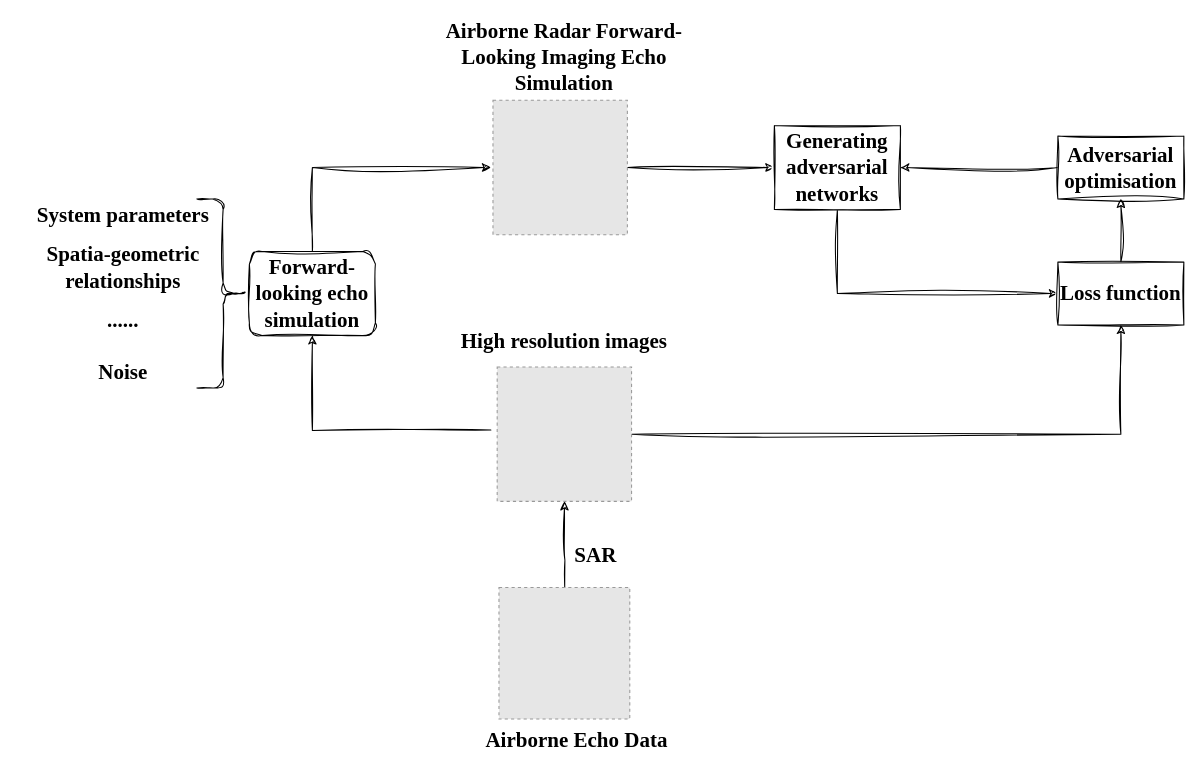
LFNing/General keeps this draw.io diagram as dataprocess.drawio. Above is the earlier version. Source tidied: cells renumbered, new cells numbered last; positions are measured from the earlier drawing's top-left corner, leaving out a move shared by most shapes. Both pictures are drawn from the tidied source at 105%, with x=0, y=0 at pixel (18, 41). Pictures stored in the file or linked from it are replaced by grey dashed boxes.
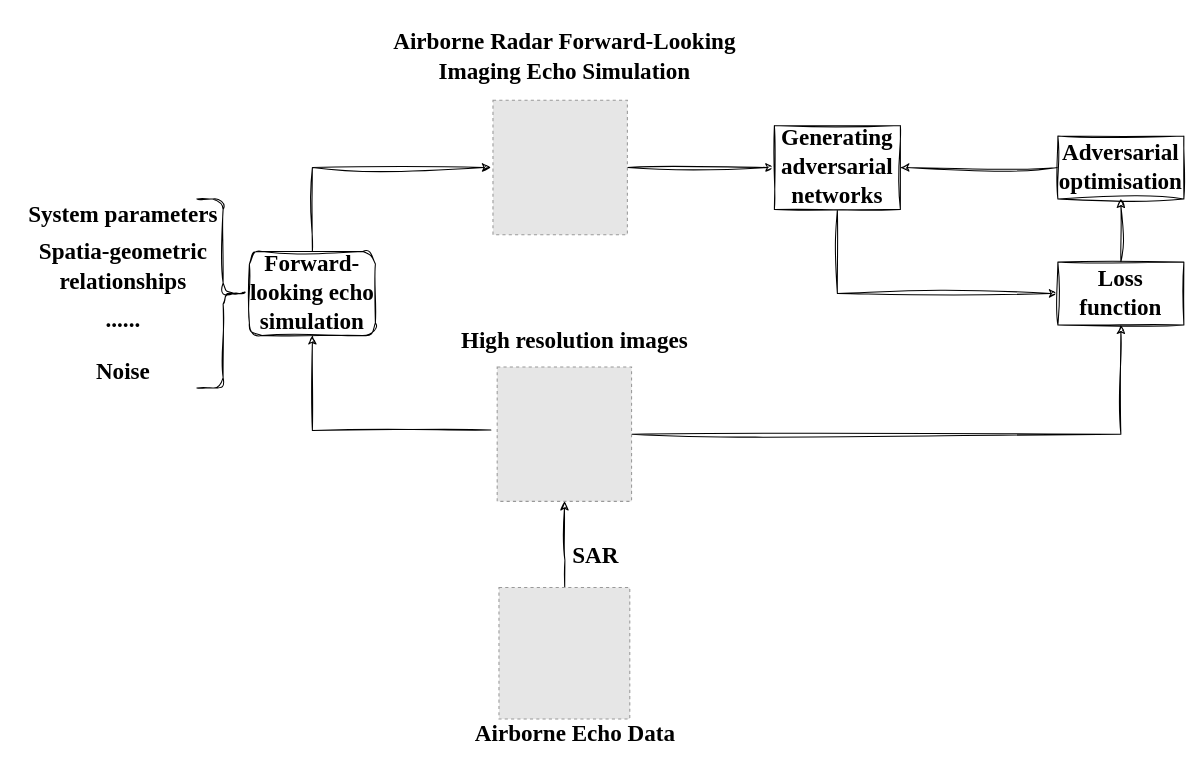
The same page after the edit.

Change to the diagram source:
```diff
@@
-    <mxCell id="2" style="edgeStyle=orthogonalEdgeStyle;rounded=0;sketch=1;hachureGap=4;jiggle=2;curveFitting=1;jettySize=auto;html=1;fontFamily=Architects Daughter;fontSize=16;fontStyle=1;" parent="1" edge="1" source="3">
+    <mxCell id="2" style="edgeStyle=orthogonalEdgeStyle;rounded=0;sketch=1;hachureGap=4;jiggle=2;curveFitting=1;jettySize=auto;html=1;fontFamily=Architects Daughter;fontSize=22;fontStyle=1;spacing=1;spacingTop=0;spacingBottom=0;" parent="1" edge="1" source="3">
       <mxGeometry relative="1" as="geometry">
         <mxPoint x="450" y="120" as="targetPoint" />
         <Array as="points">
           <mxPoint x="280" y="120" />
         </Array>
       </mxGeometry>
     </mxCell>
-    <mxCell id="3" value="&lt;font face=&quot;Times New Roman&quot;&gt;Forward-looking echo simulation&lt;/font&gt;" style="rounded=1;whiteSpace=wrap;html=1;sketch=1;hachureGap=4;jiggle=2;curveFitting=1;fontFamily=Architects Daughter;fontSize=20;gradientColor=none;fontStyle=1;" parent="1" vertex="1">
+    <mxCell id="3" value="&lt;font face=&quot;Times New Roman&quot; style=&quot;font-size: 22px;&quot;&gt;Forward-looking echo simulation&lt;/font&gt;" style="rounded=1;whiteSpace=wrap;html=1;sketch=1;hachureGap=4;jiggle=2;curveFitting=1;fontFamily=Architects Daughter;fontSize=22;gradientColor=none;fontStyle=1;spacing=1;spacingTop=0;spacingBottom=0;" parent="1" vertex="1">
       <mxGeometry x="220" y="200" width="120" height="80" as="geometry" />
     </mxCell>
-    <mxCell id="4" style="edgeStyle=orthogonalEdgeStyle;rounded=0;sketch=1;hachureGap=4;jiggle=2;curveFitting=1;jettySize=auto;html=1;entryX=0;entryY=0.5;entryDx=0;entryDy=0;fontFamily=Architects Daughter;fontSize=16;fontStyle=1;" parent="1" edge="1" source="20" target="8">
+    <mxCell id="4" style="edgeStyle=orthogonalEdgeStyle;rounded=0;sketch=1;hachureGap=4;jiggle=2;curveFitting=1;jettySize=auto;html=1;entryX=0;entryY=0.5;entryDx=0;entryDy=0;fontFamily=Architects Daughter;fontSize=22;fontStyle=1;spacing=1;spacingTop=0;spacingBottom=0;" parent="1" edge="1" source="20" target="8">
       <mxGeometry relative="1" as="geometry" />
     </mxCell>
-    <mxCell id="5" style="edgeStyle=orthogonalEdgeStyle;rounded=0;sketch=1;hachureGap=4;jiggle=2;curveFitting=1;jettySize=auto;html=1;entryX=0.5;entryY=1;entryDx=0;entryDy=0;fontFamily=Architects Daughter;fontSize=16;fontStyle=1;" parent="1" edge="1" target="3">
+    <mxCell id="5" style="edgeStyle=orthogonalEdgeStyle;rounded=0;sketch=1;hachureGap=4;jiggle=2;curveFitting=1;jettySize=auto;html=1;entryX=0.5;entryY=1;entryDx=0;entryDy=0;fontFamily=Architects Daughter;fontSize=22;fontStyle=1;spacing=1;spacingTop=0;spacingBottom=0;" parent="1" edge="1" target="3">
       <mxGeometry relative="1" as="geometry">
         <mxPoint x="450" y="370" as="sourcePoint" />
       </mxGeometry>
     </mxCell>
-    <mxCell id="6" style="edgeStyle=orthogonalEdgeStyle;rounded=0;sketch=1;hachureGap=4;jiggle=2;curveFitting=1;jettySize=auto;html=1;fontFamily=Architects Daughter;fontSize=16;exitX=1;exitY=0.5;exitDx=0;exitDy=0;fontStyle=1;" parent="1" edge="1" source="19" target="10">
+    <mxCell id="6" style="edgeStyle=orthogonalEdgeStyle;rounded=0;sketch=1;hachureGap=4;jiggle=2;curveFitting=1;jettySize=auto;html=1;fontFamily=Architects Daughter;fontSize=22;exitX=1;exitY=0.5;exitDx=0;exitDy=0;fontStyle=1;spacing=1;spacingTop=0;spacingBottom=0;" parent="1" edge="1" source="19" target="10">
       <mxGeometry relative="1" as="geometry">
         <Array as="points">
           <mxPoint x="1050" y="374" />
         </Array>
       </mxGeometry>
     </mxCell>
-    <mxCell id="7" style="edgeStyle=orthogonalEdgeStyle;rounded=0;sketch=1;hachureGap=4;jiggle=2;curveFitting=1;jettySize=auto;html=1;fontFamily=Architects Daughter;fontSize=16;exitX=0.5;exitY=1;exitDx=0;exitDy=0;entryX=0;entryY=0.5;entryDx=0;entryDy=0;fontStyle=1;" parent="1" edge="1" source="8" target="10">
+    <mxCell id="7" style="edgeStyle=orthogonalEdgeStyle;rounded=0;sketch=1;hachureGap=4;jiggle=2;curveFitting=1;jettySize=auto;html=1;fontFamily=Architects Daughter;fontSize=22;exitX=0.5;exitY=1;exitDx=0;exitDy=0;entryX=0;entryY=0.5;entryDx=0;entryDy=0;fontStyle=1;spacing=1;spacingTop=0;spacingBottom=0;" parent="1" edge="1" source="8" target="10">
       <mxGeometry relative="1" as="geometry" />
     </mxCell>
-    <mxCell id="8" value="&lt;font face=&quot;Times New Roman&quot;&gt;Generating adversarial networks&lt;/font&gt;" style="rounded=0;whiteSpace=wrap;html=1;sketch=1;hachureGap=4;jiggle=2;curveFitting=1;fontFamily=Architects Daughter;fontSize=20;fontStyle=1;" parent="1" vertex="1">
+    <mxCell id="8" value="&lt;font face=&quot;Times New Roman&quot; style=&quot;font-size: 22px;&quot;&gt;Generating adversarial networks&lt;/font&gt;" style="rounded=0;whiteSpace=wrap;html=1;sketch=1;hachureGap=4;jiggle=2;curveFitting=1;fontFamily=Architects Daughter;fontSize=22;fontStyle=1;spacing=1;spacingTop=0;spacingBottom=0;" parent="1" vertex="1">
       <mxGeometry x="720" y="80" width="120" height="80" as="geometry" />
     </mxCell>
-    <mxCell id="9" style="edgeStyle=orthogonalEdgeStyle;rounded=0;sketch=1;hachureGap=4;jiggle=2;curveFitting=1;jettySize=auto;html=1;fontFamily=Architects Daughter;fontSize=16;fontStyle=1;" parent="1" edge="1" source="10" target="12">
+    <mxCell id="9" style="edgeStyle=orthogonalEdgeStyle;rounded=0;sketch=1;hachureGap=4;jiggle=2;curveFitting=1;jettySize=auto;html=1;fontFamily=Architects Daughter;fontSize=22;fontStyle=1;spacing=1;spacingTop=0;spacingBottom=0;" parent="1" edge="1" source="10" target="12">
       <mxGeometry relative="1" as="geometry" />
     </mxCell>
-    <mxCell id="10" value="&lt;font face=&quot;Times New Roman&quot;&gt;Loss function&lt;/font&gt;" style="rounded=0;whiteSpace=wrap;html=1;sketch=1;hachureGap=4;jiggle=2;curveFitting=1;fontFamily=Architects Daughter;fontSize=20;fontStyle=1;" parent="1" vertex="1">
+    <mxCell id="10" value="&lt;font face=&quot;Times New Roman&quot; style=&quot;font-size: 22px;&quot;&gt;Loss function&lt;/font&gt;" style="rounded=0;whiteSpace=wrap;html=1;sketch=1;hachureGap=4;jiggle=2;curveFitting=1;fontFamily=Architects Daughter;fontSize=22;fontStyle=1;spacing=1;spacingTop=0;spacingBottom=0;" parent="1" vertex="1">
       <mxGeometry x="990" y="210" width="120" height="60" as="geometry" />
     </mxCell>
-    <mxCell id="11" style="edgeStyle=orthogonalEdgeStyle;rounded=0;sketch=1;hachureGap=4;jiggle=2;curveFitting=1;jettySize=auto;html=1;fontFamily=Architects Daughter;fontSize=16;fontStyle=1;" parent="1" edge="1" source="12" target="8">
+    <mxCell id="11" style="edgeStyle=orthogonalEdgeStyle;rounded=0;sketch=1;hachureGap=4;jiggle=2;curveFitting=1;jettySize=auto;html=1;fontFamily=Architects Daughter;fontSize=22;fontStyle=1;spacing=1;spacingTop=0;spacingBottom=0;" parent="1" edge="1" source="12" target="8">
       <mxGeometry relative="1" as="geometry" />
     </mxCell>
-    <mxCell id="12" value="&lt;font face=&quot;Times New Roman&quot;&gt;Adversarial optimisation&lt;/font&gt;" style="rounded=0;whiteSpace=wrap;html=1;sketch=1;hachureGap=4;jiggle=2;curveFitting=1;fontFamily=Architects Daughter;fontSize=20;fontStyle=1;" parent="1" vertex="1">
+    <mxCell id="12" value="&lt;font face=&quot;Times New Roman&quot; style=&quot;font-size: 22px;&quot;&gt;Adversarial optimisation&lt;/font&gt;" style="rounded=0;whiteSpace=wrap;html=1;sketch=1;hachureGap=4;jiggle=2;curveFitting=1;fontFamily=Architects Daughter;fontSize=22;fontStyle=1;spacing=1;spacingTop=0;spacingBottom=0;" parent="1" vertex="1">
       <mxGeometry x="990" y="90" width="120" height="60" as="geometry" />
     </mxCell>
-    <mxCell id="13" style="edgeStyle=orthogonalEdgeStyle;rounded=0;sketch=1;hachureGap=4;jiggle=2;curveFitting=1;jettySize=auto;html=1;fontFamily=Architects Daughter;fontSize=16;entryX=0.5;entryY=1;entryDx=0;entryDy=0;fontStyle=1;" parent="1" edge="1" target="19">
+    <mxCell id="13" style="edgeStyle=orthogonalEdgeStyle;rounded=0;sketch=1;hachureGap=4;jiggle=2;curveFitting=1;jettySize=auto;html=1;fontFamily=Architects Daughter;fontSize=22;entryX=0.5;entryY=1;entryDx=0;entryDy=0;fontStyle=1;spacing=1;spacingTop=0;spacingBottom=0;" parent="1" edge="1" target="19">
       <mxGeometry relative="1" as="geometry">
         <mxPoint x="520" y="550" as="sourcePoint" />
       </mxGeometry>
     </mxCell>
-    <mxCell id="14" value="&lt;font face=&quot;Times New Roman&quot;&gt;SAR&lt;/font&gt;" style="text;html=1;strokeColor=none;fillColor=none;align=center;verticalAlign=middle;whiteSpace=wrap;rounded=0;fontSize=20;fontFamily=Architects Daughter;fontStyle=1;" parent="1" vertex="1">
-      <mxGeometry x="520" y="474" width="60" height="30" as="geometry" />
+    <mxCell id="14" value="&lt;font face=&quot;Times New Roman&quot; style=&quot;font-size: 22px;&quot;&gt;SAR&lt;/font&gt;" style="text;html=1;strokeColor=none;fillColor=none;align=center;verticalAlign=middle;whiteSpace=wrap;rounded=0;fontSize=22;fontFamily=Architects Daughter;fontStyle=1;spacing=1;spacingTop=0;spacingBottom=0;" parent="1" vertex="1">
+      <mxGeometry x="520" y="475" width="60" height="30" as="geometry" />
     </mxCell>
-    <mxCell id="15" value="&lt;font face=&quot;Times New Roman&quot;&gt;Airborne Radar Forward-Looking Imaging Echo Simulation&lt;/font&gt;" style="text;html=1;strokeColor=none;fillColor=none;align=center;verticalAlign=middle;whiteSpace=wrap;rounded=0;fontSize=20;fontFamily=Architects Daughter;fontStyle=1;" parent="1" vertex="1">
-      <mxGeometry x="375" width="290" height="30" as="geometry" />
+    <mxCell id="15" value="&lt;font face=&quot;Times New Roman&quot; style=&quot;font-size: 22px;&quot;&gt;Airborne Radar Forward-Looking Imaging Echo Simulation&lt;/font&gt;" style="text;html=1;strokeColor=none;fillColor=none;align=center;verticalAlign=middle;whiteSpace=wrap;rounded=0;fontSize=22;fontFamily=Architects Daughter;fontStyle=1;spacing=1;spacingTop=0;spacingBottom=0;" parent="1" vertex="1">
+      <mxGeometry x="342.5" width="355" height="30" as="geometry" />
     </mxCell>
-    <mxCell id="16" value="&lt;font face=&quot;Times New Roman&quot;&gt;Airborne Echo Data&lt;/font&gt;" style="text;html=1;strokeColor=none;fillColor=none;align=center;verticalAlign=middle;whiteSpace=wrap;rounded=0;fontSize=20;fontFamily=Architects Daughter;fontStyle=1;" parent="1" vertex="1">
-      <mxGeometry x="437.3" y="650" width="190" height="30" as="geometry" />
+    <mxCell id="16" value="&lt;font face=&quot;Times New Roman&quot; style=&quot;font-size: 22px;&quot;&gt;Airborne Echo Data&lt;/font&gt;" style="text;html=1;strokeColor=none;fillColor=none;align=center;verticalAlign=middle;whiteSpace=wrap;rounded=0;fontSize=22;fontFamily=Architects Daughter;fontStyle=1;spacing=1;spacingTop=0;spacingBottom=0;" parent="1" vertex="1">
+      <mxGeometry x="418.6" y="645.3" width="222.7" height="30" as="geometry" />
     </mxCell>
-    <mxCell id="17" value="&lt;font face=&quot;Times New Roman&quot;&gt;High resolution images&lt;/font&gt;" style="text;html=1;strokeColor=none;fillColor=none;align=center;verticalAlign=middle;whiteSpace=wrap;rounded=0;fontSize=20;fontFamily=Architects Daughter;fontStyle=1;" parent="1" vertex="1">
-      <mxGeometry x="420" y="270" width="200" height="30" as="geometry" />
+    <mxCell id="17" value="&lt;font face=&quot;Times New Roman&quot; style=&quot;font-size: 22px;&quot;&gt;High resolution images&lt;/font&gt;" style="text;html=1;strokeColor=none;fillColor=none;align=center;verticalAlign=middle;whiteSpace=wrap;rounded=0;fontSize=22;fontFamily=Architects Daughter;fontStyle=1;spacing=1;spacingTop=0;spacingBottom=0;" parent="1" vertex="1">
+      <mxGeometry x="410" y="270" width="240" height="30" as="geometry" />
     </mxCell>
-    <mxCell id="18" style="fillColor=#E6E6E6;strokeColor=#999999;dashed=1;verticalLabelPosition=bottom;labelBackgroundColor=default;verticalAlign=top;fontStyle=1;" parent="1" vertex="1">
+    <mxCell id="18" style="fillColor=#E6E6E6;strokeColor=#999999;dashed=1;verticalLabelPosition=bottom;labelBackgroundColor=default;verticalAlign=top;fontStyle=1;fontSize=22;spacing=1;spacingTop=0;spacingBottom=0;" parent="1" vertex="1">
       <mxGeometry x="457.7" y="520" width="124.6" height="125.3" as="geometry" />
     </mxCell>
-    <mxCell id="19" style="fillColor=#E6E6E6;strokeColor=#999999;dashed=1;verticalLabelPosition=bottom;labelBackgroundColor=default;verticalAlign=top;fontStyle=1;" parent="1" vertex="1">
+    <mxCell id="19" style="fillColor=#E6E6E6;strokeColor=#999999;dashed=1;verticalLabelPosition=bottom;labelBackgroundColor=default;verticalAlign=top;fontStyle=1;fontSize=22;spacing=1;spacingTop=0;spacingBottom=0;" parent="1" vertex="1">
       <mxGeometry x="456" y="310" width="128" height="128" as="geometry" />
     </mxCell>
-    <mxCell id="20" style="fillColor=#E6E6E6;strokeColor=#999999;dashed=1;verticalLabelPosition=bottom;labelBackgroundColor=default;verticalAlign=top;fontStyle=1;" parent="1" vertex="1">
+    <mxCell id="20" style="fillColor=#E6E6E6;strokeColor=#999999;dashed=1;verticalLabelPosition=bottom;labelBackgroundColor=default;verticalAlign=top;fontStyle=1;fontSize=22;spacing=1;spacingTop=0;spacingBottom=0;" parent="1" vertex="1">
       <mxGeometry x="452" y="56" width="128" height="128" as="geometry" />
     </mxCell>
-    <mxCell id="21" style="shape=curlyBracket;whiteSpace=wrap;html=1;rounded=1;flipH=1;labelPosition=right;verticalLabelPosition=middle;align=left;verticalAlign=middle;sketch=1;hachureGap=4;jiggle=2;curveFitting=1;fontFamily=Architects Daughter;fontSize=20;size=0.5;fontStyle=1;" parent="1" vertex="1">
+    <mxCell id="21" style="shape=curlyBracket;whiteSpace=wrap;html=1;rounded=1;flipH=1;labelPosition=right;verticalLabelPosition=middle;align=left;verticalAlign=middle;sketch=1;hachureGap=4;jiggle=2;curveFitting=1;fontFamily=Architects Daughter;fontSize=22;size=0.5;fontStyle=1;spacing=1;spacingTop=0;spacingBottom=0;" parent="1" vertex="1">
       <mxGeometry x="170" y="150" width="50" height="180" as="geometry" />
     </mxCell>
-    <mxCell id="22" value="&lt;font face=&quot;Times New Roman&quot;&gt;System parameters&lt;/font&gt;" style="text;html=1;strokeColor=none;fillColor=none;align=center;verticalAlign=middle;whiteSpace=wrap;rounded=0;fontSize=20;fontFamily=Architects Daughter;fontStyle=1;" parent="1" vertex="1">
+    <mxCell id="22" value="&lt;font face=&quot;Times New Roman&quot; style=&quot;font-size: 22px;&quot;&gt;System parameters&lt;/font&gt;" style="text;html=1;strokeColor=none;fillColor=none;align=center;verticalAlign=middle;whiteSpace=wrap;rounded=0;fontSize=22;fontFamily=Architects Daughter;fontStyle=1;spacing=1;spacingTop=0;spacingBottom=0;" parent="1" vertex="1">
       <mxGeometry y="150" width="200" height="30" as="geometry" />
     </mxCell>
-    <mxCell id="23" value="&lt;font face=&quot;Times New Roman&quot;&gt;Noise&lt;/font&gt;" style="text;html=1;strokeColor=none;fillColor=none;align=center;verticalAlign=middle;whiteSpace=wrap;rounded=0;fontSize=20;fontFamily=Architects Daughter;fontStyle=1;" parent="1" vertex="1">
+    <mxCell id="23" value="&lt;font face=&quot;Times New Roman&quot; style=&quot;font-size: 22px;&quot;&gt;Noise&lt;/font&gt;" style="text;html=1;strokeColor=none;fillColor=none;align=center;verticalAlign=middle;whiteSpace=wrap;rounded=0;fontSize=22;fontFamily=Architects Daughter;fontStyle=1;spacing=1;spacingTop=0;spacingBottom=0;" parent="1" vertex="1">
       <mxGeometry y="300" width="200" height="30" as="geometry" />
     </mxCell>
-    <mxCell id="24" value="&lt;font face=&quot;Times New Roman&quot;&gt;Spatia-geometric relationships&lt;/font&gt;" style="text;html=1;strokeColor=none;fillColor=none;align=center;verticalAlign=middle;whiteSpace=wrap;rounded=0;fontSize=20;fontFamily=Architects Daughter;fontStyle=1;" parent="1" vertex="1">
+    <mxCell id="24" value="&lt;font face=&quot;Times New Roman&quot; style=&quot;font-size: 22px;&quot;&gt;Spatia-geometric relationships&lt;/font&gt;" style="text;html=1;strokeColor=none;fillColor=none;align=center;verticalAlign=middle;whiteSpace=wrap;rounded=0;fontSize=22;fontFamily=Architects Daughter;fontStyle=1;spacing=1;spacingTop=0;spacingBottom=0;" parent="1" vertex="1">
       <mxGeometry y="200" width="200" height="30" as="geometry" />
     </mxCell>
-    <mxCell id="25" value="&lt;font face=&quot;Times New Roman&quot;&gt;......&lt;/font&gt;" style="text;html=1;strokeColor=none;fillColor=none;align=center;verticalAlign=middle;whiteSpace=wrap;rounded=0;fontSize=20;fontFamily=Architects Daughter;fontStyle=1;" parent="1" vertex="1">
+    <mxCell id="25" value="&lt;font face=&quot;Times New Roman&quot; style=&quot;font-size: 22px;&quot;&gt;......&lt;/font&gt;" style="text;html=1;strokeColor=none;fillColor=none;align=center;verticalAlign=middle;whiteSpace=wrap;rounded=0;fontSize=22;fontFamily=Architects Daughter;fontStyle=1;spacing=1;spacingTop=0;spacingBottom=0;" parent="1" vertex="1">
       <mxGeometry y="250" width="200" height="30" as="geometry" />
     </mxCell>
```
